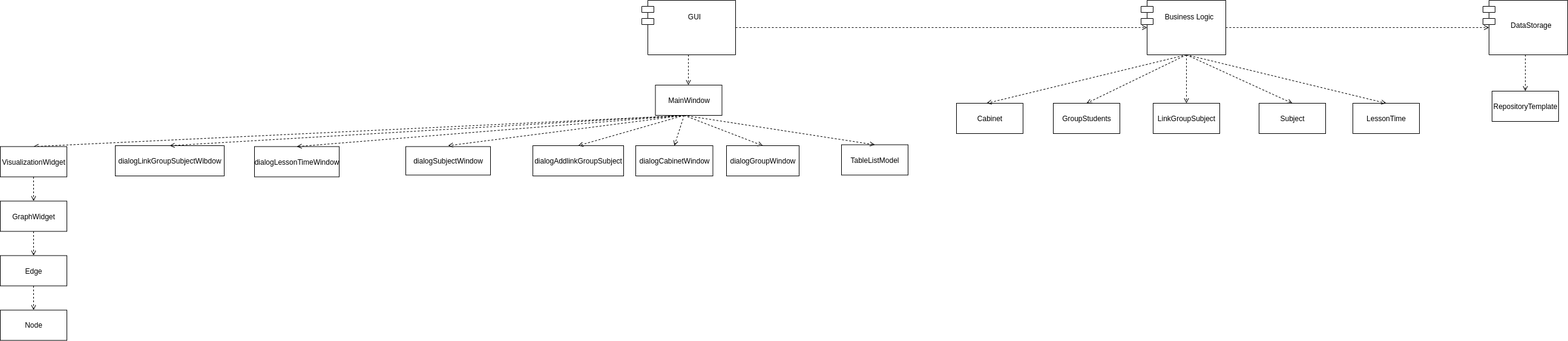
Before: docs/Diagram Components.png, a diagram exported from draw.io (valeriefuerte/ScheduleMultipartiteGraph). Source tidied: cells renumbered, new cells last; positions are measured from the earlier drawing's top-left corner, leaving out a move shared by most shapes.
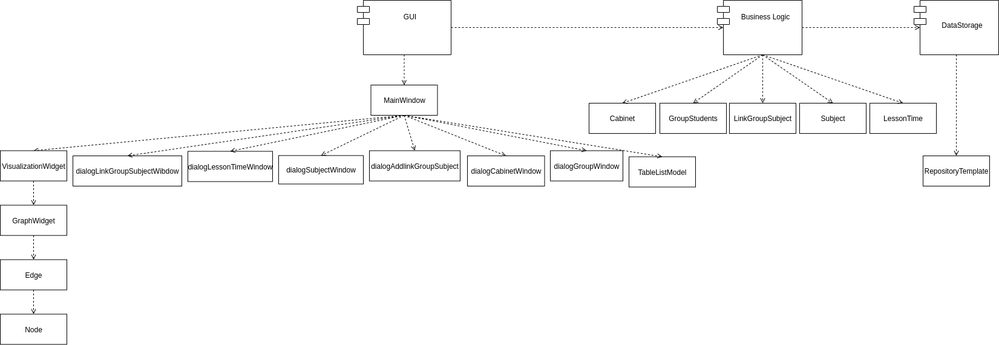
The same file after the commit.

The edit, as a diff of the source:
```diff
@@ -8,63 +8,59 @@
       </mxGeometry>
     </mxCell>
     <mxCell id="3" value="&#10;Business Logic" style="shape=module;align=left;spacingLeft=20;align=center;verticalAlign=top;" parent="1" vertex="1">
-      <mxGeometry x="1885" width="140" height="90" as="geometry" />
+      <mxGeometry x="1285" y="-10" width="140" height="90" as="geometry" />
     </mxCell>
     <mxCell id="4" value="Cabinet" style="html=1;" parent="1" vertex="1">
-      <mxGeometry x="1580" y="170" width="110" height="50" as="geometry" />
+      <mxGeometry x="1073" y="160" width="110" height="50" as="geometry" />
     </mxCell>
     <mxCell id="5" value="GroupStudents" style="html=1;" parent="1" vertex="1">
-      <mxGeometry x="1740" y="170" width="110" height="50" as="geometry" />
+      <mxGeometry x="1190" y="160" width="110" height="50" as="geometry" />
     </mxCell>
     <mxCell id="6" value="LinkGroupSubject" style="html=1;" parent="1" vertex="1">
-      <mxGeometry x="1905" y="170" width="110" height="50" as="geometry" />
+      <mxGeometry x="1305" y="160" width="110" height="50" as="geometry" />
     </mxCell>
     <mxCell id="7" value="Subject" style="html=1;" parent="1" vertex="1">
-      <mxGeometry x="2080" y="170" width="110" height="50" as="geometry" />
+      <mxGeometry x="1421" y="160" width="110" height="50" as="geometry" />
     </mxCell>
     <mxCell id="8" value="LessonTime" style="html=1;" parent="1" vertex="1">
-      <mxGeometry x="2235" y="170" width="110" height="50" as="geometry" />
+      <mxGeometry x="1537" y="160" width="110" height="50" as="geometry" />
     </mxCell>
-    <mxCell id="9" style="endArrow=open;dashed=1;html=1;exitX=0.5;exitY=1;exitDx=0;exitDy=0;entryX=0.5;entryY=0;entryDx=0;entryDy=0;" parent="1" edge="1">
+    <mxCell id="9" style="endArrow=open;dashed=1;html=1;exitX=0.5;exitY=1;exitDx=0;exitDy=0;entryX=0.5;entryY=0;entryDx=0;entryDy=0;" parent="1" edge="1" target="4">
       <mxGeometry relative="1" as="geometry">
-        <mxPoint x="1960" y="90" as="sourcePoint" />
-        <mxPoint x="1630" y="170" as="targetPoint" />
+        <mxPoint x="1360" y="80" as="sourcePoint" />
       </mxGeometry>
     </mxCell>
     <mxCell id="10" style="endArrow=open;dashed=1;html=1;entryX=0.5;entryY=0;entryDx=0;entryDy=0;" parent="1" edge="1" target="5">
       <mxGeometry relative="1" as="geometry">
-        <mxPoint x="1960" y="90" as="sourcePoint" />
+        <mxPoint x="1360" y="80" as="sourcePoint" />
       </mxGeometry>
     </mxCell>
     <mxCell id="11" style="endArrow=open;dashed=1;html=1;exitX=0.5;exitY=1;exitDx=0;exitDy=0;" parent="1" edge="1" target="6">
       <mxGeometry relative="1" as="geometry">
-        <mxPoint x="1960" y="90" as="sourcePoint" />
+        <mxPoint x="1360" y="80" as="sourcePoint" />
       </mxGeometry>
     </mxCell>
     <mxCell id="12" style="endArrow=open;dashed=1;html=1;exitX=0.5;exitY=1;exitDx=0;exitDy=0;entryX=0.5;entryY=0;entryDx=0;entryDy=0;" parent="1" edge="1" target="7">
       <mxGeometry relative="1" as="geometry">
-        <mxPoint x="1960" y="90" as="sourcePoint" />
+        <mxPoint x="1360" y="80" as="sourcePoint" />
       </mxGeometry>
     </mxCell>
     <mxCell id="13" style="endArrow=open;dashed=1;html=1;entryX=0.5;entryY=0;entryDx=0;entryDy=0;" parent="1" edge="1" target="8">
       <mxGeometry relative="1" as="geometry">
-        <mxPoint x="1960" y="90" as="sourcePoint" />
+        <mxPoint x="1360" y="80" as="sourcePoint" />
       </mxGeometry>
     </mxCell>
     <mxCell id="14" value="&#10;GUI&#10;&#10;&#10;" style="shape=module;align=left;spacingLeft=20;align=center;verticalAlign=top;" parent="1" vertex="1">
-      <mxGeometry x="1060" width="155" height="90" as="geometry" />
+      <mxGeometry x="690" y="-10" width="155" height="90" as="geometry" />
     </mxCell>
     <mxCell id="15" value="MainWindow" style="html=1;" parent="1" vertex="1">
-      <mxGeometry x="1082.5" y="140" width="110" height="50" as="geometry" />
+      <mxGeometry x="712.5" y="130" width="110" height="50" as="geometry" />
     </mxCell>
     <mxCell id="16" value="TableListModel" style="html=1;" parent="1" vertex="1">
-      <mxGeometry x="1390" y="238.5" width="110" height="50" as="geometry" />
+      <mxGeometry x="1139" y="248.5" width="110" height="50" as="geometry" />
     </mxCell>
-    <mxCell id="17" style="endArrow=open;dashed=1;html=1;" parent="1" edge="1">
-      <mxGeometry relative="1" as="geometry">
-        <mxPoint x="1137" y="90" as="sourcePoint" />
-        <mxPoint x="1137" y="140" as="targetPoint" />
-      </mxGeometry>
+    <mxCell id="17" style="endArrow=open;dashed=1;html=1;exitX=0.5;exitY=1;exitDx=0;exitDy=0;entryX=0.5;entryY=0;entryDx=0;entryDy=0;" parent="1" edge="1" source="14" target="15">
+      <mxGeometry relative="1" as="geometry" />
     </mxCell>
     <mxCell id="18" style="endArrow=open;dashed=1;html=1;exitX=1;exitY=0.5;exitDx=0;exitDy=0;entryX=0;entryY=0.5;entryDx=10;entryDy=0;entryPerimeter=0;" parent="1" edge="1" source="14" target="3">
       <mxGeometry relative="1" as="geometry" />
@@ -72,94 +68,77 @@
     <mxCell id="19" style="endArrow=open;dashed=1;html=1;exitX=1;exitY=0.5;exitDx=0;exitDy=0;entryX=0;entryY=0.5;entryDx=10;entryDy=0;entryPerimeter=0;" parent="1" edge="1" source="3" target="30">
       <mxGeometry relative="1" as="geometry" />
     </mxCell>
-    <mxCell id="20" style="endArrow=open;dashed=1;html=1;entryX=0.5;entryY=0;entryDx=0;entryDy=0;" parent="1" edge="1" target="27">
-      <mxGeometry relative="1" as="geometry">
-        <mxPoint x="1137" y="190" as="sourcePoint" />
-      </mxGeometry>
+    <mxCell id="20" style="endArrow=open;dashed=1;html=1;entryX=0.5;entryY=0;entryDx=0;entryDy=0;exitX=0.5;exitY=1;exitDx=0;exitDy=0;" parent="1" edge="1" source="15" target="27">
+      <mxGeometry relative="1" as="geometry" />
     </mxCell>
     <mxCell id="21" value="GraphWidget" style="html=1;" parent="1" vertex="1">
-      <mxGeometry y="331.5" width="110" height="50" as="geometry" />
+      <mxGeometry x="100" y="328.5" width="110" height="50" as="geometry" />
     </mxCell>
     <mxCell id="22" value="Edge" style="html=1;" parent="1" vertex="1">
-      <mxGeometry y="421.5" width="110" height="50" as="geometry" />
+      <mxGeometry x="100" y="418.5" width="110" height="50" as="geometry" />
     </mxCell>
-    <mxCell id="23" style="endArrow=open;dashed=1;html=1;entryX=0.5;entryY=0;entryDx=0;entryDy=0;" parent="1" edge="1" target="16">
-      <mxGeometry relative="1" as="geometry">
-        <mxPoint x="1130" y="190" as="sourcePoint" />
-      </mxGeometry>
+    <mxCell id="23" style="endArrow=open;dashed=1;html=1;entryX=0.5;entryY=0;entryDx=0;entryDy=0;exitX=0.5;exitY=1;exitDx=0;exitDy=0;" parent="1" edge="1" source="15" target="16">
+      <mxGeometry relative="1" as="geometry" />
     </mxCell>
     <mxCell id="24" style="endArrow=open;dashed=1;html=1;entryX=0.5;entryY=0;entryDx=0;entryDy=0;exitX=0.5;exitY=1;exitDx=0;exitDy=0;" parent="1" edge="1" source="21" target="22">
       <mxGeometry relative="1" as="geometry" />
     </mxCell>
     <mxCell id="25" value="Node" style="html=1;" parent="1" vertex="1">
-      <mxGeometry y="511.5" width="110" height="50" as="geometry" />
+      <mxGeometry x="100" y="508.5" width="110" height="50" as="geometry" />
     </mxCell>
     <mxCell id="26" style="endArrow=open;dashed=1;html=1;exitX=0.5;exitY=1;exitDx=0;exitDy=0;" parent="1" edge="1" source="22" target="25">
       <mxGeometry relative="1" as="geometry" />
     </mxCell>
     <mxCell id="27" value="VisualizationWidget" style="html=1;" parent="1" vertex="1">
-      <mxGeometry y="241.5" width="110" height="50" as="geometry" />
+      <mxGeometry x="100" y="238.5" width="110" height="50" as="geometry" />
     </mxCell>
     <mxCell id="28" style="endArrow=open;dashed=1;html=1;entryX=0.5;entryY=0;entryDx=0;entryDy=0;exitX=0.5;exitY=1;exitDx=0;exitDy=0;" parent="1" edge="1" source="27" target="21">
       <mxGeometry relative="1" as="geometry" />
     </mxCell>
     <mxCell id="29" value="RepositoryTemplate" style="html=1;" parent="1" vertex="1">
-      <mxGeometry x="2465" y="150" width="110" height="50" as="geometry" />
+      <mxGeometry x="1625" y="247" width="110" height="50" as="geometry" />
     </mxCell>
     <mxCell id="30" value="&#10;&#10;DataStorage" style="shape=module;align=left;spacingLeft=20;align=center;verticalAlign=top;" parent="1" vertex="1">
-      <mxGeometry x="2450" width="140" height="90" as="geometry" />
+      <mxGeometry x="1610" y="-10" width="140" height="90" as="geometry" />
     </mxCell>
     <mxCell id="31" style="endArrow=open;dashed=1;html=1;exitX=0.5;exitY=1;exitDx=0;exitDy=0;" parent="1" edge="1" source="30" target="29">
       <mxGeometry relative="1" as="geometry" />
     </mxCell>
     <mxCell id="32" value="dialogAddlinkGroupSubject" style="html=1;" parent="1" vertex="1">
-      <mxGeometry x="880" y="240" width="150" height="50" as="geometry" />
+      <mxGeometry x="710" y="238.5" width="150" height="50" as="geometry" />
     </mxCell>
     <mxCell id="33" value="dialogCabinetWindow" style="html=1;" parent="1" vertex="1">
-      <mxGeometry x="1050" y="240" width="127.5" height="50" as="geometry" />
+      <mxGeometry x="872" y="247" width="127.5" height="50" as="geometry" />
     </mxCell>
     <mxCell id="34" value="dialogGroupWindow" style="html=1;" parent="1" vertex="1">
-      <mxGeometry x="1200" y="240" width="120" height="50" as="geometry" />
+      <mxGeometry x="1009" y="238.5" width="120" height="50" as="geometry" />
     </mxCell>
     <mxCell id="35" value="dialogLessonTimeWindow" style="html=1;" parent="1" vertex="1">
-      <mxGeometry x="420" y="241.5" width="140" height="50" as="geometry" />
+      <mxGeometry x="410" y="239.5" width="140" height="50" as="geometry" />
     </mxCell>
     <mxCell id="36" value="dialogSubjectWindow" style="html=1;" parent="1" vertex="1">
-      <mxGeometry x="670" y="241.5" width="140" height="47" as="geometry" />
+      <mxGeometry x="560" y="246.5" width="140" height="47" as="geometry" />
     </mxCell>
     <mxCell id="37" value="dialogLinkGroupSubjectWibdow" style="html=1;" parent="1" vertex="1">
-      <mxGeometry x="190" y="240" width="180" height="50" as="geometry" />
+      <mxGeometry x="220" y="247" width="180" height="50" as="geometry" />
     </mxCell>
-    <mxCell id="38" style="endArrow=open;dashed=1;html=1;entryX=0.5;entryY=0;entryDx=0;entryDy=0;" parent="1" edge="1">
-      <mxGeometry relative="1" as="geometry">
-        <mxPoint x="1130" y="190" as="sourcePoint" />
-        <mxPoint x="740" y="240" as="targetPoint" />
-      </mxGeometry>
+    <mxCell id="38" style="endArrow=open;dashed=1;html=1;entryX=0.5;entryY=0;entryDx=0;entryDy=0;exitX=0.5;exitY=1;exitDx=0;exitDy=0;" parent="1" edge="1" source="15" target="36">
+      <mxGeometry relative="1" as="geometry" />
     </mxCell>
-    <mxCell id="39" style="endArrow=open;dashed=1;html=1;entryX=0.5;entryY=0;entryDx=0;entryDy=0;" parent="1" edge="1" target="32">
-      <mxGeometry relative="1" as="geometry">
-        <mxPoint x="1130" y="190" as="sourcePoint" />
-      </mxGeometry>
+    <mxCell id="39" style="endArrow=open;dashed=1;html=1;entryX=0.5;entryY=0;entryDx=0;entryDy=0;exitX=0.5;exitY=1;exitDx=0;exitDy=0;" parent="1" edge="1" source="15" target="32">
+      <mxGeometry relative="1" as="geometry" />
     </mxCell>
-    <mxCell id="40" style="endArrow=open;dashed=1;html=1;entryX=0.5;entryY=0;entryDx=0;entryDy=0;" parent="1" edge="1" target="33">
-      <mxGeometry relative="1" as="geometry">
-        <mxPoint x="1130" y="190" as="sourcePoint" />
-      </mxGeometry>
+    <mxCell id="40" style="endArrow=open;dashed=1;html=1;entryX=0.5;entryY=0;entryDx=0;entryDy=0;exitX=0.5;exitY=1;exitDx=0;exitDy=0;" parent="1" edge="1" source="15" target="33">
+      <mxGeometry relative="1" as="geometry" />
     </mxCell>
-    <mxCell id="41" style="endArrow=open;dashed=1;html=1;entryX=0.5;entryY=0;entryDx=0;entryDy=0;" parent="1" edge="1" target="34">
-      <mxGeometry relative="1" as="geometry">
-        <mxPoint x="1130" y="190" as="sourcePoint" />
-      </mxGeometry>
+    <mxCell id="41" style="endArrow=open;dashed=1;html=1;entryX=0.5;entryY=0;entryDx=0;entryDy=0;exitX=0.5;exitY=1;exitDx=0;exitDy=0;" parent="1" edge="1" source="15" target="34">
+      <mxGeometry relative="1" as="geometry" />
     </mxCell>
-    <mxCell id="42" style="endArrow=open;dashed=1;html=1;entryX=0.5;entryY=0;entryDx=0;entryDy=0;" parent="1" edge="1" target="35">
-      <mxGeometry relative="1" as="geometry">
-        <mxPoint x="1130" y="190" as="sourcePoint" />
-      </mxGeometry>
+    <mxCell id="42" style="endArrow=open;dashed=1;html=1;entryX=0.5;entryY=0;entryDx=0;entryDy=0;exitX=0.5;exitY=1;exitDx=0;exitDy=0;" parent="1" edge="1" source="15" target="35">
+      <mxGeometry relative="1" as="geometry" />
     </mxCell>
-    <mxCell id="43" style="endArrow=open;dashed=1;html=1;entryX=0.5;entryY=0;entryDx=0;entryDy=0;" parent="1" edge="1" target="37">
-      <mxGeometry relative="1" as="geometry">
-        <mxPoint x="1130" y="190" as="sourcePoint" />
-      </mxGeometry>
+    <mxCell id="43" style="endArrow=open;dashed=1;html=1;entryX=0.5;entryY=0;entryDx=0;entryDy=0;exitX=0.5;exitY=1;exitDx=0;exitDy=0;" parent="1" edge="1" source="15" target="37">
+      <mxGeometry relative="1" as="geometry" />
     </mxCell>
   </root>
 </mxGraphModel>
```
